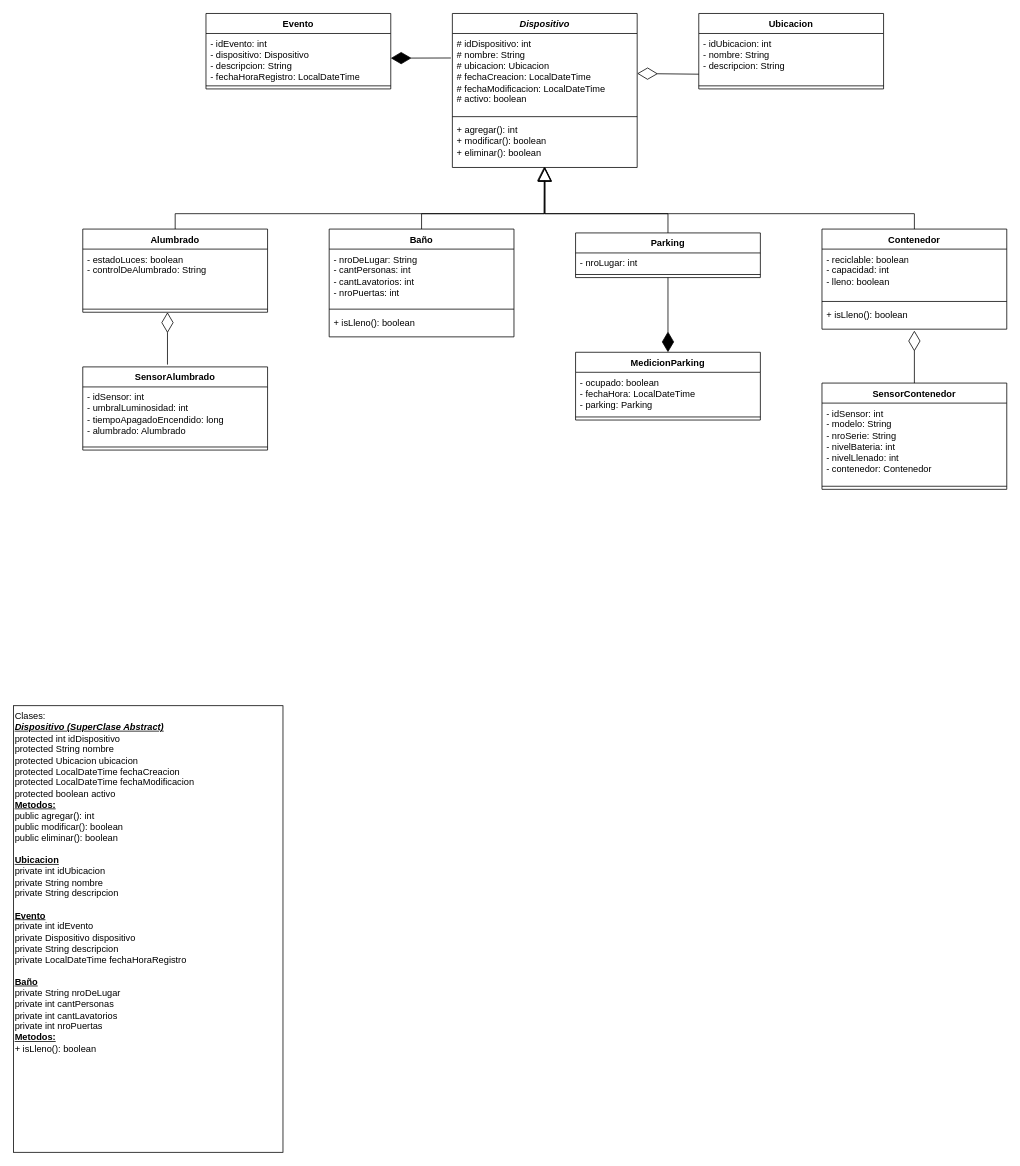
This is Diagrama de Clases - Grupo 17.drawio from BarbaraNewman/grupo-17-OO2-2023, a draw.io file, before an edit. Source tidied: cells renumbered, new cells numbered last; positions are measured from the earlier drawing's top-left corner, leaving out a move shared by most shapes. Both pictures are drawn from the tidied source at 77%, with x=0, y=0 at pixel (13, 13).
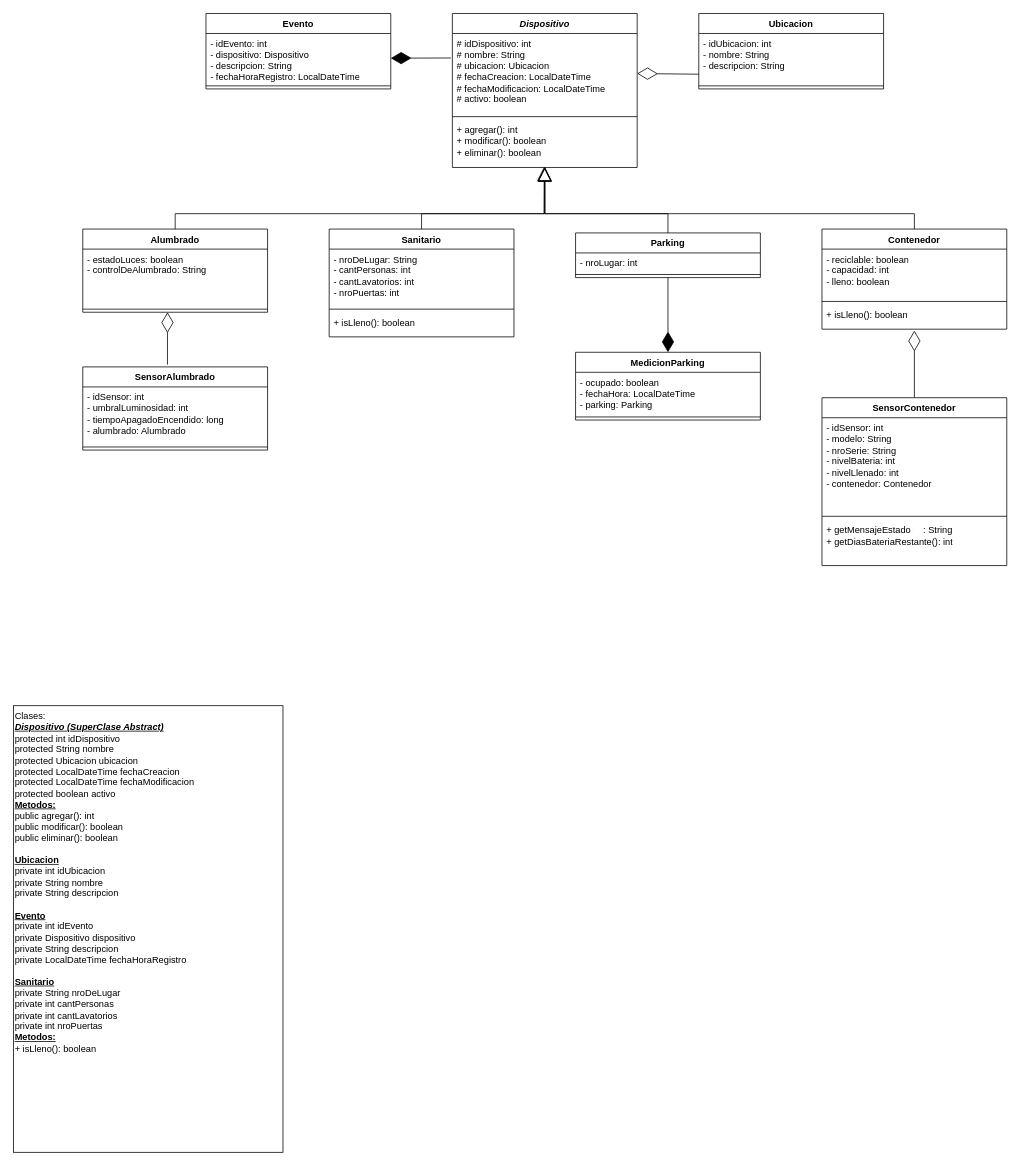
Above is the later version.

Commit message (it also covers changes not shown here):
Mix Update Diagrama Sergio y Nayla

What changed in the source:
```diff
@@
-    <mxCell id="15" value="SensorContenedor" style="swimlane;fontStyle=1;align=center;verticalAlign=top;horizontal=1;startSize=26;whiteSpace=wrap;html=1;" parent="1" vertex="1">
-      <mxGeometry x="1050" y="480" width="240" height="138" as="geometry" />
-    </mxCell>
-    <mxCell id="16" value="- idSensor: int&lt;br&gt;- modelo: String&lt;br&gt;- nroSerie: String&lt;br&gt;- nivelBateria: int&lt;br&gt;- nivelLlenado: int&lt;br&gt;- contenedor: Contenedor" style="text;strokeColor=none;fillColor=none;align=left;verticalAlign=top;spacingLeft=4;spacingRight=4;overflow=hidden;whiteSpace=wrap;html=1;" parent="15" vertex="1">
-      <mxGeometry y="26" width="240" height="104" as="geometry" />
-    </mxCell>
-    <mxCell id="17" style="line;strokeWidth=1;fillColor=none;align=left;verticalAlign=middle;spacingTop=-1;spacingLeft=3;spacingRight=3;labelPosition=right;strokeColor=inherit;" parent="15" vertex="1">
-      <mxGeometry y="130" width="240" height="8" as="geometry" />
-    </mxCell>
@@
-    <mxCell id="23" value="Baño" style="swimlane;fontStyle=1;align=center;verticalAlign=top;horizontal=1;startSize=26;whiteSpace=wrap;html=1;" parent="1" vertex="1">
+    <mxCell id="23" value="Sanitario" style="swimlane;fontStyle=1;align=center;verticalAlign=top;horizontal=1;startSize=26;whiteSpace=wrap;html=1;" parent="1" vertex="1">
       <mxGeometry x="410" y="280" width="240" height="140" as="geometry" />
     </mxCell>
@@
-    <mxCell id="40" value="Clases:&lt;br&gt;&lt;i style=&quot;font-weight: 700;&quot;&gt;&lt;u&gt;Dispositivo (SuperClase Abstract)&lt;/u&gt;&lt;br&gt;&lt;/i&gt;protected int&amp;nbsp;idDispositivo&lt;br style=&quot;&quot;&gt;protected String&amp;nbsp;&lt;span style=&quot;&quot;&gt;nombre&lt;/span&gt;&lt;br style=&quot;&quot;&gt;protected Ubicacion&amp;nbsp;&lt;span style=&quot;&quot;&gt;ubicacion&lt;/span&gt;&lt;br style=&quot;&quot;&gt;protected LocalDateTime&amp;nbsp;&lt;span style=&quot;&quot;&gt;fechaCreacion&lt;/span&gt;&lt;br style=&quot;&quot;&gt;protected LocalDateTime&amp;nbsp;fechaModificacion&lt;br style=&quot;&quot;&gt;protected boolean&amp;nbsp;&lt;span style=&quot;&quot;&gt;activo&lt;br&gt;&lt;/span&gt;&lt;span style=&quot;font-weight: 700;&quot;&gt;&lt;u&gt;Metodos:&lt;/u&gt;&lt;br&gt;&lt;/span&gt;public agregar(): int&lt;br&gt;public&amp;nbsp;modificar(): boolean&lt;br&gt;public&amp;nbsp;eliminar(): boolean&lt;br&gt;&lt;i style=&quot;font-weight: 700;&quot;&gt;&lt;br&gt;&lt;/i&gt;&lt;b&gt;&lt;u&gt;Ubicacion&lt;/u&gt;&lt;/b&gt;&lt;br&gt;&lt;div style=&quot;&quot;&gt;private int idUbicacion&lt;/div&gt;&lt;div style=&quot;&quot;&gt;private String nombre&lt;/div&gt;&lt;div style=&quot;&quot;&gt;private String descripcion&lt;/div&gt;&lt;div style=&quot;&quot;&gt;&lt;/div&gt;&lt;br&gt;&lt;span style=&quot;font-weight: 700; text-align: center;&quot;&gt;&lt;u&gt;Evento&lt;br&gt;&lt;/u&gt;&lt;/span&gt;private int idEvento&lt;br&gt;private Dispositivo dispositivo&lt;br&gt;private String&amp;nbsp;descripcion&lt;br&gt;private LocalDateTime fechaHoraRegistro&lt;br&gt;&lt;br&gt;&lt;span style=&quot;font-weight: 700; text-align: center;&quot;&gt;&lt;u&gt;Baño&lt;br&gt;&lt;/u&gt;&lt;/span&gt;private String nroDeLugar&lt;br&gt;private&amp;nbsp;int cantPersonas&lt;br&gt;private&amp;nbsp;int&amp;nbsp;cantLavatorios&lt;br&gt;private&amp;nbsp;int nroPuertas&lt;br&gt;&lt;b&gt;&lt;u&gt;Metodos:&lt;/u&gt;&lt;/b&gt;&lt;br&gt;+ isLleno(): boolean&lt;span style=&quot;background-color: initial;&quot;&gt;&lt;br&gt;&lt;/span&gt;" style="html=1;whiteSpace=wrap;align=left;verticalAlign=top;" parent="1" vertex="1">
+    <mxCell id="40" value="Clases:&lt;br&gt;&lt;i style=&quot;font-weight: 700;&quot;&gt;&lt;u&gt;Dispositivo (SuperClase Abstract)&lt;/u&gt;&lt;br&gt;&lt;/i&gt;protected int&amp;nbsp;idDispositivo&lt;br style=&quot;&quot;&gt;protected String&amp;nbsp;&lt;span style=&quot;&quot;&gt;nombre&lt;/span&gt;&lt;br style=&quot;&quot;&gt;protected Ubicacion&amp;nbsp;&lt;span style=&quot;&quot;&gt;ubicacion&lt;/span&gt;&lt;br style=&quot;&quot;&gt;protected LocalDateTime&amp;nbsp;&lt;span style=&quot;&quot;&gt;fechaCreacion&lt;/span&gt;&lt;br style=&quot;&quot;&gt;protected LocalDateTime&amp;nbsp;fechaModificacion&lt;br style=&quot;&quot;&gt;protected boolean&amp;nbsp;&lt;span style=&quot;&quot;&gt;activo&lt;br&gt;&lt;/span&gt;&lt;span style=&quot;font-weight: 700;&quot;&gt;&lt;u&gt;Metodos:&lt;/u&gt;&lt;br&gt;&lt;/span&gt;public agregar(): int&lt;br&gt;public&amp;nbsp;modificar(): boolean&lt;br&gt;public&amp;nbsp;eliminar(): boolean&lt;br&gt;&lt;i style=&quot;font-weight: 700;&quot;&gt;&lt;br&gt;&lt;/i&gt;&lt;b&gt;&lt;u&gt;Ubicacion&lt;/u&gt;&lt;/b&gt;&lt;br&gt;&lt;div style=&quot;&quot;&gt;private int idUbicacion&lt;/div&gt;&lt;div style=&quot;&quot;&gt;private String nombre&lt;/div&gt;&lt;div style=&quot;&quot;&gt;private String descripcion&lt;/div&gt;&lt;div style=&quot;&quot;&gt;&lt;/div&gt;&lt;br&gt;&lt;span style=&quot;font-weight: 700; text-align: center;&quot;&gt;&lt;u&gt;Evento&lt;br&gt;&lt;/u&gt;&lt;/span&gt;private int idEvento&lt;br&gt;private Dispositivo dispositivo&lt;br&gt;private String&amp;nbsp;descripcion&lt;br&gt;private LocalDateTime fechaHoraRegistro&lt;br&gt;&lt;br&gt;&lt;span style=&quot;font-weight: 700; text-align: center;&quot;&gt;&lt;u&gt;Sanitario&lt;br&gt;&lt;/u&gt;&lt;/span&gt;private String nroDeLugar&lt;br&gt;private&amp;nbsp;int cantPersonas&lt;br&gt;private&amp;nbsp;int&amp;nbsp;cantLavatorios&lt;br&gt;private&amp;nbsp;int nroPuertas&lt;br&gt;&lt;b&gt;&lt;u&gt;Metodos:&lt;/u&gt;&lt;/b&gt;&lt;br&gt;+ isLleno(): boolean&lt;span style=&quot;background-color: initial;&quot;&gt;&lt;br&gt;&lt;/span&gt;" style="html=1;whiteSpace=wrap;align=left;verticalAlign=top;" parent="1" vertex="1">
       <mxGeometry y="899" width="350" height="580" as="geometry" />
     </mxCell>
@@
+    <mxCell id="15" value="SensorContenedor" style="swimlane;fontStyle=1;align=center;verticalAlign=top;horizontal=1;startSize=26;whiteSpace=wrap;html=1;" parent="1" vertex="1">
+      <mxGeometry x="1050" y="499" width="240" height="218" as="geometry" />
+    </mxCell>
+    <mxCell id="16" value="- idSensor: int&lt;br&gt;- modelo: String&lt;br&gt;- nroSerie: String&lt;br&gt;- nivelBateria: int&lt;br&gt;- nivelLlenado: int&lt;br&gt;- contenedor: Contenedor" style="text;strokeColor=none;fillColor=none;align=left;verticalAlign=top;spacingLeft=4;spacingRight=4;overflow=hidden;whiteSpace=wrap;html=1;" parent="15" vertex="1">
+      <mxGeometry y="26" width="240" height="124" as="geometry" />
+    </mxCell>
+    <mxCell id="45" style="line;strokeWidth=1;fillColor=none;align=left;verticalAlign=middle;spacingTop=-1;spacingLeft=3;spacingRight=3;labelPosition=right;strokeColor=inherit;" parent="15" vertex="1">
+      <mxGeometry y="150" width="240" height="8" as="geometry" />
+    </mxCell>
+    <mxCell id="46" value="+ getMensajeEstado&lt;span style=&quot;font-family: &amp;quot;Courier New&amp;quot;; font-size: 10pt; color: rgb(249, 250, 244);&quot;&gt;()&lt;/span&gt;: String&lt;br&gt;+ getDiasBateriaRestante(): int&lt;span style=&quot;background-color: initial;&quot;&gt;&lt;br&gt;&lt;/span&gt;&lt;div style=&quot;background-color:#2f2f2f;padding:0px 0px 0px 2px;&quot;&gt;&lt;div style=&quot;color: rgb(170, 170, 170); font-family: &amp;quot;Courier New&amp;quot;; font-size: 10pt;&quot;&gt;&lt;p style=&quot;background-color:#373737;margin:0;&quot;&gt;&lt;span style=&quot;color:#d9e8f7;&quot;&gt;&lt;/span&gt;&lt;/p&gt;&lt;/div&gt;&lt;/div&gt;" style="text;strokeColor=none;fillColor=none;align=left;verticalAlign=top;spacingLeft=4;spacingRight=4;overflow=hidden;whiteSpace=wrap;html=1;" parent="15" vertex="1">
+      <mxGeometry y="158" width="240" height="60" as="geometry" />
+    </mxCell>
```
